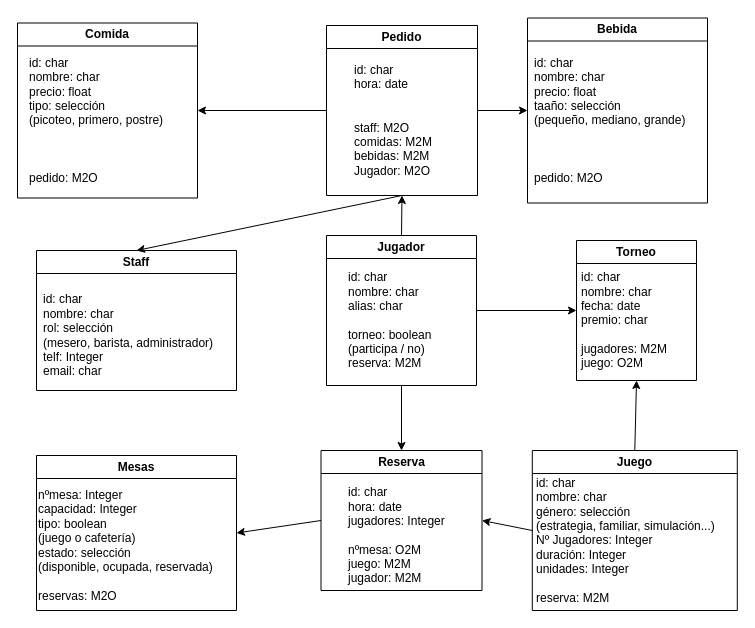
Before: Diagrama.drawio in Luxy3000/SGE_scooters, a draw.io diagram. Source tidied: cells renumbered, new cells numbered last; positions are measured from the earlier drawing's top-left corner, leaving out a move shared by most shapes. Both pictures are drawn from the tidied source at 100%, with x=0, y=0 at pixel (17, 18).
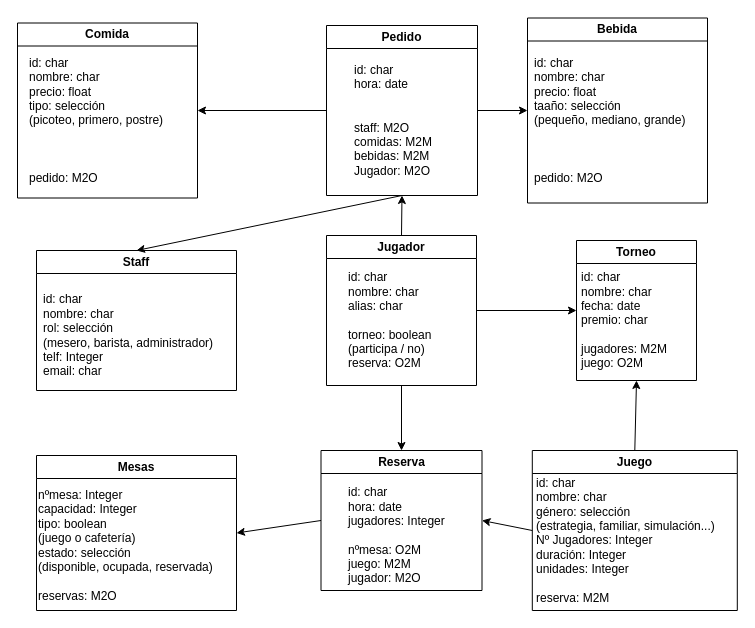
The same diagram, later.

Unchanged cells that the change refers to:
```xml
<mxCell id="13" value="Jugador" style="swimlane;whiteSpace=wrap;html=1;" parent="1" vertex="1">
  <mxGeometry x="309" y="217" width="150" height="150" as="geometry" />
</mxCell>
<mxCell id="16" value="Reserva" style="swimlane;whiteSpace=wrap;html=1;startSize=23;" parent="1" vertex="1">
  <mxGeometry x="303.5" y="432" width="161" height="140" as="geometry" />
</mxCell>
```

Change to the diagram source:
```diff
@@
-    <mxCell id="14" value="id: char&lt;br&gt;nombre: char&lt;br&gt;alias: char&lt;br&gt;&lt;br&gt;torneo: boolean&amp;nbsp;&lt;br&gt;(participa / no)&lt;br&gt;reserva: M2M" style="text;html=1;align=left;verticalAlign=middle;strokeColor=none;fillColor=none;" parent="13" vertex="1">
+    <mxCell id="14" value="id: char&lt;br&gt;nombre: char&lt;br&gt;alias: char&lt;br&gt;&lt;br&gt;torneo: boolean&amp;nbsp;&lt;br&gt;(participa / no)&lt;br&gt;reserva: O2M" style="text;html=1;align=left;verticalAlign=middle;strokeColor=none;fillColor=none;" parent="13" vertex="1">
       <mxGeometry x="20" y="30" width="110" height="110" as="geometry" />
     </mxCell>
@@
-    <mxCell id="17" value="id: char&lt;br&gt;hora: date&lt;br&gt;jugadores: Integer&lt;br&gt;&lt;br&gt;nºmesa: O2M&lt;br&gt;juego: M2M&lt;br&gt;jugador: M2M" style="text;html=1;align=left;verticalAlign=middle;strokeColor=none;fillColor=none;" parent="16" vertex="1">
+    <mxCell id="17" value="id: char&lt;br&gt;hora: date&lt;br&gt;jugadores: Integer&lt;br&gt;&lt;br&gt;nºmesa: O2M&lt;br&gt;juego: M2M&lt;br&gt;jugador: M2O" style="text;html=1;align=left;verticalAlign=middle;strokeColor=none;fillColor=none;" parent="16" vertex="1">
       <mxGeometry x="25.5" y="30" width="120" height="110" as="geometry" />
     </mxCell>
```
